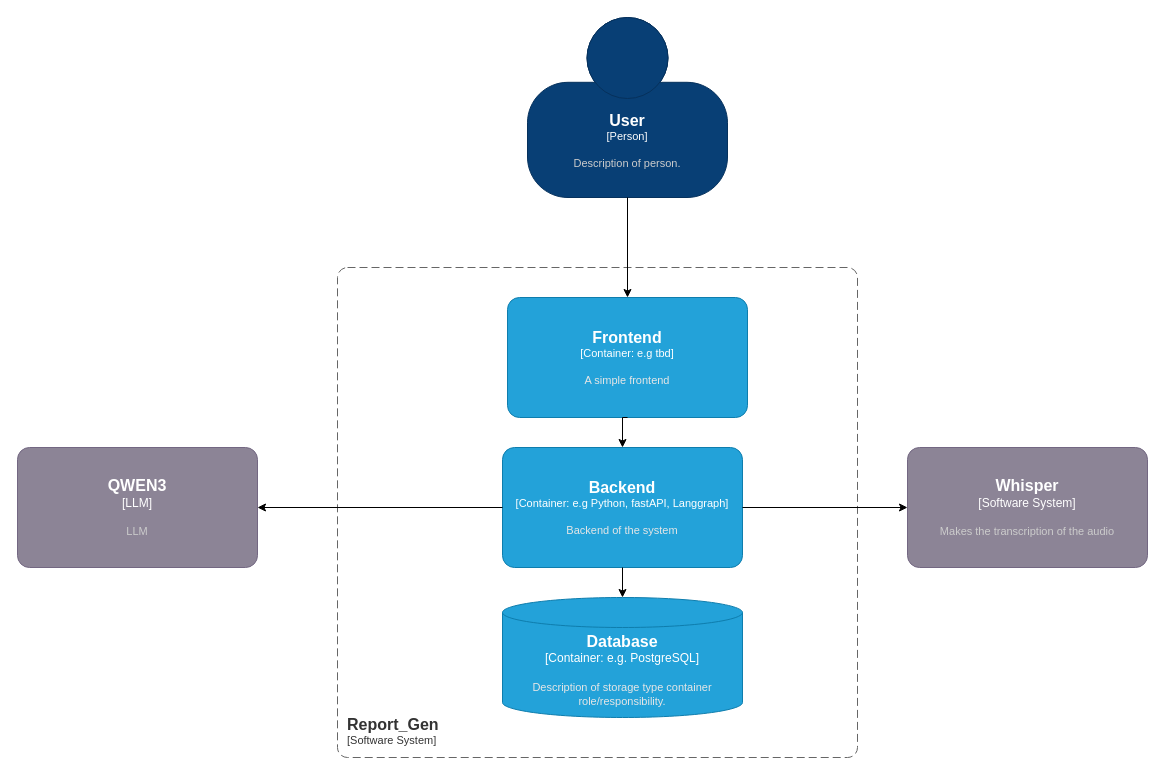
Before: page "Container" (3 of 4) of docs/diagrams.drawio in Pedro-Pereira0/FeatherMagic, a draw.io diagram. Source tidied: cells renumbered, new cells numbered last; positions are measured from the earlier drawing's top-left corner, leaving out a move shared by most shapes. Both pictures are drawn from the tidied source at 100%, with x=0, y=0 at pixel (17, 17).
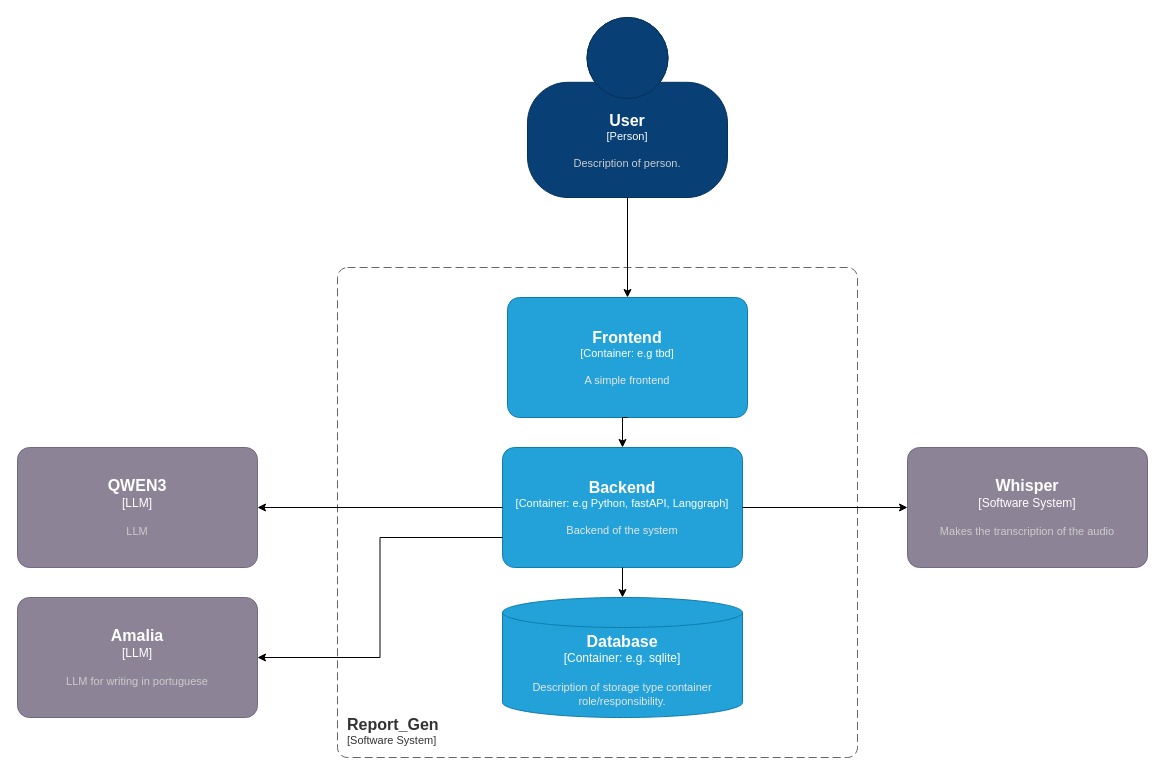
Above is the later version.

Unchanged cells that the change refers to:
```xml
<object id="7" label="&lt;font style=&quot;font-size: 16px&quot;&gt;&lt;b&gt;%c4Name%&lt;/b&gt;&lt;/font&gt;&lt;div&gt;[%c4Type%: %c4Technology%]&lt;/div&gt;&lt;br&gt;&lt;div&gt;&lt;font style=&quot;font-size: 11px&quot;&gt;&lt;font color=&quot;#E6E6E6&quot;&gt;%c4Description%&lt;/font&gt;&lt;/div&gt;" c4Description="Backend of the system" c4Name="Backend" c4Technology="e.g Python, fastAPI, Langgraph" c4Type="Container" placeholders="1">
  <mxCell style="rounded=1;whiteSpace=wrap;html=1;fontSize=11;labelBackgroundColor=none;fillColor=#23A2D9;fontColor=#ffffff;align=center;arcSize=10;strokeColor=#0E7DAD;points=[[0.25,0,0],[0.5,0,0],[0.75,0,0],[1,0.25,0],[1,0.5,0],[1,0.75,0],[0.75,1,0],[0.5,1,0],[0.25,1,0],[0,0.75,0],[0,0.5,0],[0,0.25,0]];" parent="1" vertex="1">
    <mxGeometry x="485" y="430" width="240" height="120" as="geometry" />
  </mxCell>
</object>
```

What changed in the source:
```diff
@@
-    <object id="10" label="&lt;font style=&quot;font-size: 16px&quot;&gt;&lt;b&gt;%c4Name%&lt;/b&gt;&lt;/font&gt;&lt;div&gt;[%c4Type%:&amp;nbsp;%c4Technology%]&lt;/div&gt;&lt;br&gt;&lt;div&gt;&lt;font style=&quot;font-size: 11px&quot;&gt;&lt;font color=&quot;#E6E6E6&quot;&gt;%c4Description%&lt;/font&gt;&lt;/div&gt;" c4Description="Description of storage type container role/responsibility." c4Name="Database" c4Technology="e.g. PostgreSQL" c4Type="Container" placeholders="1">
+    <object id="10" label="&lt;font style=&quot;font-size: 16px&quot;&gt;&lt;b&gt;%c4Name%&lt;/b&gt;&lt;/font&gt;&lt;div&gt;[%c4Type%:&amp;nbsp;%c4Technology%]&lt;/div&gt;&lt;br&gt;&lt;div&gt;&lt;font style=&quot;font-size: 11px&quot;&gt;&lt;font color=&quot;#E6E6E6&quot;&gt;%c4Description%&lt;/font&gt;&lt;/div&gt;" c4Description="Description of storage type container role/responsibility." c4Name="Database" c4Technology="e.g. sqlite" c4Type="Container" placeholders="1">
       <mxCell style="shape=cylinder3;size=15;whiteSpace=wrap;html=1;boundedLbl=1;rounded=0;labelBackgroundColor=none;fillColor=#23A2D9;fontSize=12;fontColor=#ffffff;align=center;strokeColor=#0E7DAD;points=[[0.5,0,0],[1,0.25,0],[1,0.5,0],[1,0.75,0],[0.5,1,0],[0,0.75,0],[0,0.5,0],[0,0.25,0]];" parent="1" vertex="1">
         <mxGeometry x="485" y="580" width="240" height="120" as="geometry" />
       </mxCell>
     </object>
@@
+    <object id="14" label="&lt;font style=&quot;font-size: 16px&quot;&gt;&lt;b&gt;%c4Name%&lt;/b&gt;&lt;/font&gt;&lt;div&gt;[%c4Type%]&lt;/div&gt;&lt;br&gt;&lt;div&gt;&lt;font style=&quot;font-size: 11px&quot;&gt;&lt;font color=&quot;#cccccc&quot;&gt;%c4Description%&lt;/font&gt;&lt;/div&gt;" c4Description="LLM for writing in portuguese" c4Name="Amalia" c4Type="LLM" placeholders="1">
+      <mxCell style="rounded=1;whiteSpace=wrap;html=1;labelBackgroundColor=none;fillColor=#8C8496;fontColor=#ffffff;align=center;arcSize=10;strokeColor=#736782;points=[[0.25,0,0],[0.5,0,0],[0.75,0,0],[1,0.25,0],[1,0.5,0],[1,0.75,0],[0.75,1,0],[0.5,1,0],[0.25,1,0],[0,0.75,0],[0,0.5,0],[0,0.25,0]];" parent="1" vertex="1">
+        <mxGeometry y="580" width="240" height="120" as="geometry" />
+      </mxCell>
+    </object>
+    <mxCell id="15" style="edgeStyle=orthogonalEdgeStyle;rounded=0;jettySize=auto;html=1;exitX=0;exitY=0.75;exitDx=0;exitDy=0;exitPerimeter=0;entryX=1;entryY=0.5;entryDx=0;entryDy=0;entryPerimeter=0;" parent="1" edge="1" source="7" target="14">
+      <mxGeometry relative="1" as="geometry" />
+    </mxCell>
```
